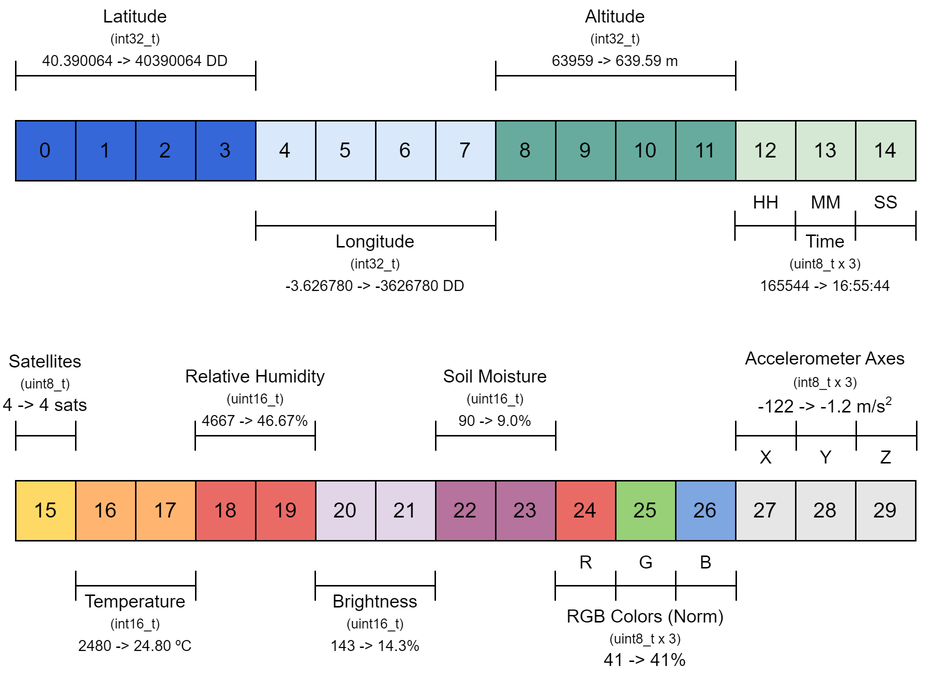
Above: report/images/lora_bytes.png in Estelamb/Sensor_Networks (draw.io), before the change. Source tidied: cells renumbered, new cells last; positions are measured from the earlier drawing's top-left corner, leaving out a move shared by most shapes.
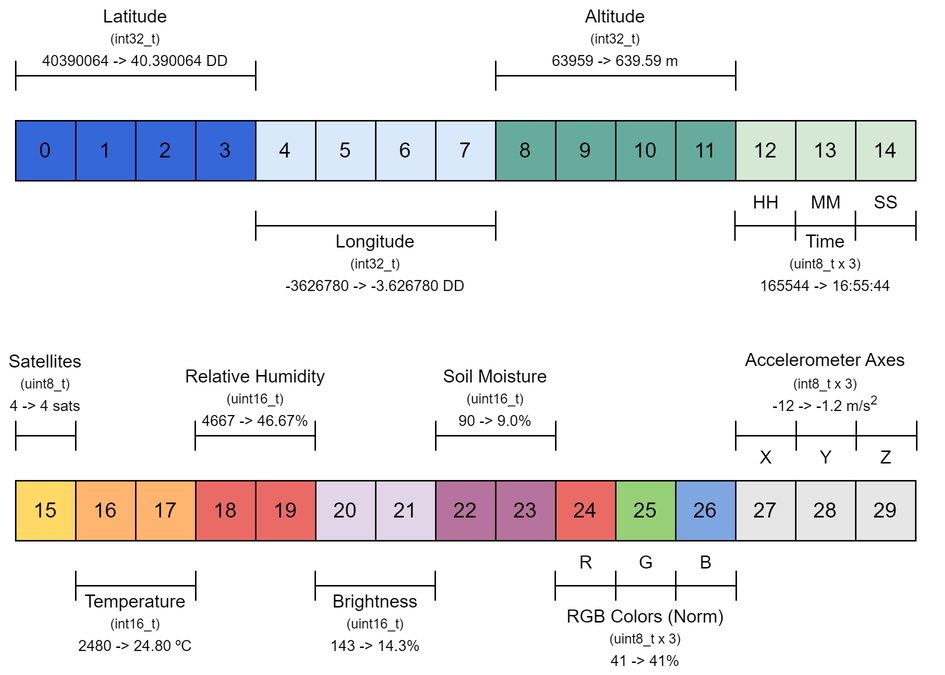
After the commit.

The edit, as a diff of the source:
```diff
@@ -110,7 +110,7 @@
         <mxPoint x="170" y="40" as="targetPoint" />
       </mxGeometry>
     </mxCell>
-    <mxCell id="35" value="Latitude&lt;div&gt;&lt;font style=&quot;font-size: 9px;&quot;&gt;(int32_t)&lt;/font&gt;&lt;/div&gt;&lt;div&gt;&lt;font style=&quot;&quot;&gt;&lt;font size=&quot;1&quot;&gt;40.390064 -&amp;gt;&amp;nbsp;&lt;/font&gt;&lt;/font&gt;&lt;span style=&quot;background-color: transparent;&quot;&gt;&lt;font size=&quot;1&quot;&gt;40390064 DD&lt;/font&gt;&lt;/span&gt;&lt;/div&gt;" style="text;html=1;align=center;verticalAlign=middle;whiteSpace=wrap;rounded=0;" parent="1" vertex="1">
+    <mxCell id="35" value="Latitude&lt;div&gt;&lt;font style=&quot;font-size: 9px;&quot;&gt;(int32_t)&lt;/font&gt;&lt;/div&gt;&lt;div&gt;&lt;font style=&quot;&quot;&gt;&lt;font size=&quot;1&quot;&gt;40390064 -&amp;gt;&amp;nbsp;&lt;/font&gt;&lt;/font&gt;&lt;span style=&quot;background-color: transparent;&quot;&gt;&lt;font size=&quot;1&quot;&gt;40.390064 DD&lt;/font&gt;&lt;/span&gt;&lt;/div&gt;" style="text;html=1;align=center;verticalAlign=middle;whiteSpace=wrap;rounded=0;" parent="1" vertex="1">
       <mxGeometry x="10" width="160" height="50" as="geometry" />
     </mxCell>
     <mxCell id="36" style="endArrow=none;html=1;rounded=0;" parent="1" edge="1">
@@ -323,7 +323,7 @@
         <mxPoint x="610.7" y="280" as="targetPoint" />
       </mxGeometry>
     </mxCell>
-    <mxCell id="71" value="&lt;div&gt;&lt;font style=&quot;&quot;&gt;Longitude&lt;/font&gt;&lt;/div&gt;&lt;div&gt;&lt;font style=&quot;font-size: 9px;&quot;&gt;(int32_t)&lt;/font&gt;&lt;/div&gt;&lt;div&gt;&lt;font style=&quot;&quot;&gt;&lt;span style=&quot;background-color: transparent;&quot;&gt;&lt;font size=&quot;1&quot;&gt;-3.626780&amp;nbsp;&lt;/font&gt;&lt;/span&gt;&lt;font size=&quot;1&quot;&gt;-&amp;gt;&amp;nbsp;&lt;/font&gt;&lt;/font&gt;&lt;span style=&quot;background-color: transparent;&quot;&gt;&lt;font size=&quot;1&quot;&gt;-3626780 DD&lt;/font&gt;&lt;/span&gt;&lt;/div&gt;" style="text;html=1;align=center;verticalAlign=middle;whiteSpace=wrap;rounded=0;" parent="1" vertex="1">
+    <mxCell id="71" value="&lt;div&gt;&lt;font style=&quot;&quot;&gt;Longitude&lt;/font&gt;&lt;/div&gt;&lt;div&gt;&lt;font style=&quot;font-size: 9px;&quot;&gt;(int32_t)&lt;/font&gt;&lt;/div&gt;&lt;div&gt;&lt;font style=&quot;&quot;&gt;&lt;span style=&quot;background-color: transparent;&quot;&gt;&lt;font size=&quot;1&quot;&gt;-3626780&amp;nbsp;&lt;/font&gt;&lt;/span&gt;&lt;font size=&quot;1&quot;&gt;-&amp;gt;&amp;nbsp;&lt;/font&gt;&lt;/font&gt;&lt;span style=&quot;background-color: transparent;&quot;&gt;&lt;font size=&quot;1&quot;&gt;-3.626780 DD&lt;/font&gt;&lt;/span&gt;&lt;/div&gt;" style="text;html=1;align=center;verticalAlign=middle;whiteSpace=wrap;rounded=0;" parent="1" vertex="1">
       <mxGeometry x="170" y="150" width="160" height="50" as="geometry" />
     </mxCell>
     <mxCell id="72" value="Altitude&lt;div&gt;&lt;font style=&quot;font-size: 9px;&quot;&gt;(int32_t)&lt;/font&gt;&lt;/div&gt;&lt;div&gt;&lt;font style=&quot;&quot;&gt;&lt;font size=&quot;1&quot;&gt;63959 -&amp;gt; 639.59&lt;/font&gt;&lt;/font&gt;&lt;span style=&quot;background-color: transparent;&quot;&gt;&lt;font size=&quot;1&quot;&gt;&amp;nbsp;m&lt;/font&gt;&lt;/span&gt;&lt;/div&gt;" style="text;html=1;align=center;verticalAlign=middle;whiteSpace=wrap;rounded=0;" parent="1" vertex="1">
@@ -332,7 +332,7 @@
     <mxCell id="73" value="&lt;div&gt;&lt;font style=&quot;&quot;&gt;Time&lt;/font&gt;&lt;/div&gt;&lt;div&gt;&lt;font style=&quot;font-size: 9px;&quot;&gt;(uint8_t x 3)&lt;/font&gt;&lt;/div&gt;&lt;div&gt;&lt;font style=&quot;&quot;&gt;&lt;span style=&quot;background-color: transparent;&quot;&gt;&lt;font size=&quot;1&quot;&gt;165544&amp;nbsp;&lt;/font&gt;&lt;/span&gt;&lt;font size=&quot;1&quot;&gt;-&amp;gt;&amp;nbsp;&lt;/font&gt;&lt;/font&gt;&lt;span style=&quot;background-color: transparent;&quot;&gt;&lt;font size=&quot;1&quot;&gt;16:55:44&lt;/font&gt;&lt;/span&gt;&lt;/div&gt;" style="text;html=1;align=center;verticalAlign=middle;whiteSpace=wrap;rounded=0;" parent="1" vertex="1">
       <mxGeometry x="490" y="150" width="120" height="50" as="geometry" />
     </mxCell>
-    <mxCell id="74" value="Satellites&lt;div&gt;&lt;span style=&quot;font-size: 9px; background-color: transparent; color: light-dark(rgb(0, 0, 0), rgb(255, 255, 255));&quot;&gt;(uint8_t)&lt;/span&gt;&lt;div&gt;4 -&amp;gt; 4 sats&lt;/div&gt;&lt;/div&gt;" style="text;html=1;align=center;verticalAlign=middle;whiteSpace=wrap;rounded=0;" parent="1" vertex="1">
+    <mxCell id="74" value="Satellites&lt;div&gt;&lt;span style=&quot;font-size: 9px; background-color: transparent; color: light-dark(rgb(0, 0, 0), rgb(255, 255, 255));&quot;&gt;(uint8_t)&lt;/span&gt;&lt;div&gt;&lt;font style=&quot;font-size: 10px;&quot;&gt;4 -&amp;gt; 4 sats&lt;/font&gt;&lt;/div&gt;&lt;/div&gt;" style="text;html=1;align=center;verticalAlign=middle;whiteSpace=wrap;rounded=0;" parent="1" vertex="1">
       <mxGeometry y="230" width="60" height="50" as="geometry" />
     </mxCell>
     <mxCell id="75" value="&lt;div&gt;&lt;font style=&quot;&quot;&gt;Temperature&lt;/font&gt;&lt;/div&gt;&lt;div&gt;&lt;font style=&quot;font-size: 9px;&quot;&gt;(int16_t)&lt;/font&gt;&lt;/div&gt;&lt;div&gt;&lt;font style=&quot;&quot;&gt;&lt;span style=&quot;background-color: transparent;&quot;&gt;&lt;font size=&quot;1&quot;&gt;2480&amp;nbsp;&lt;/font&gt;&lt;/span&gt;&lt;font size=&quot;1&quot;&gt;-&amp;gt;&amp;nbsp;&lt;/font&gt;&lt;/font&gt;&lt;span style=&quot;background-color: transparent;&quot;&gt;&lt;font size=&quot;1&quot;&gt;24.80 ºC&lt;/font&gt;&lt;/span&gt;&lt;/div&gt;" style="text;html=1;align=center;verticalAlign=middle;whiteSpace=wrap;rounded=0;" parent="1" vertex="1">
@@ -347,10 +347,10 @@
     <mxCell id="78" value="Soil Moisture&lt;div&gt;&lt;font style=&quot;font-size: 9px;&quot;&gt;(uint16_t)&lt;/font&gt;&lt;/div&gt;&lt;div&gt;&lt;font style=&quot;&quot;&gt;&lt;span style=&quot;background-color: transparent;&quot;&gt;&lt;font size=&quot;1&quot;&gt;90&amp;nbsp;&lt;/font&gt;&lt;/span&gt;&lt;font size=&quot;1&quot;&gt;-&amp;gt;&amp;nbsp;&lt;/font&gt;&lt;/font&gt;&lt;span style=&quot;background-color: transparent;&quot;&gt;&lt;font size=&quot;1&quot;&gt;9.0%&lt;/font&gt;&lt;/span&gt;&lt;/div&gt;" style="text;html=1;align=center;verticalAlign=middle;whiteSpace=wrap;rounded=0;" parent="1" vertex="1">
       <mxGeometry x="290" y="240" width="80" height="50" as="geometry" />
     </mxCell>
-    <mxCell id="79" value="&lt;div&gt;&lt;font style=&quot;&quot;&gt;RGB Colors (Norm)&lt;/font&gt;&lt;/div&gt;&lt;div&gt;&lt;font style=&quot;font-size: 9px;&quot;&gt;(uint8_t x 3)&lt;/font&gt;&lt;/div&gt;&lt;div&gt;41 -&amp;gt; 41%&lt;/div&gt;" style="text;html=1;align=center;verticalAlign=middle;whiteSpace=wrap;rounded=0;" parent="1" vertex="1">
+    <mxCell id="79" value="&lt;div&gt;&lt;font style=&quot;&quot;&gt;RGB Colors (Norm)&lt;/font&gt;&lt;/div&gt;&lt;div&gt;&lt;font style=&quot;font-size: 9px;&quot;&gt;(uint8_t x 3)&lt;/font&gt;&lt;/div&gt;&lt;div&gt;&lt;font style=&quot;font-size: 10px;&quot;&gt;41 -&amp;gt; 41%&lt;/font&gt;&lt;/div&gt;" style="text;html=1;align=center;verticalAlign=middle;whiteSpace=wrap;rounded=0;" parent="1" vertex="1">
       <mxGeometry x="370" y="400" width="120" height="50" as="geometry" />
     </mxCell>
-    <mxCell id="80" value="&lt;div&gt;&lt;span style=&quot;background-color: transparent; color: light-dark(rgb(0, 0, 0), rgb(255, 255, 255));&quot;&gt;Accelerometer Axes&lt;/span&gt;&lt;/div&gt;&lt;div&gt;&lt;span style=&quot;font-size: 9px; background-color: transparent; color: light-dark(rgb(0, 0, 0), rgb(255, 255, 255));&quot;&gt;(int8_t x 3)&lt;/span&gt;&lt;/div&gt;&lt;div&gt;-122 -&amp;gt; -1.2 m/s&lt;sup&gt;&lt;font style=&quot;font-size: 8px;&quot;&gt;2&lt;/font&gt;&lt;/sup&gt;&lt;/div&gt;" style="text;html=1;align=center;verticalAlign=middle;whiteSpace=wrap;rounded=0;" parent="1" vertex="1">
+    <mxCell id="80" value="&lt;div&gt;&lt;span style=&quot;background-color: transparent; color: light-dark(rgb(0, 0, 0), rgb(255, 255, 255));&quot;&gt;Accelerometer Axes&lt;/span&gt;&lt;/div&gt;&lt;div&gt;&lt;span style=&quot;font-size: 9px; background-color: transparent; color: light-dark(rgb(0, 0, 0), rgb(255, 255, 255));&quot;&gt;(int8_t x 3)&lt;/span&gt;&lt;/div&gt;&lt;div&gt;&lt;font style=&quot;font-size: 10px;&quot;&gt;-12 -&amp;gt; -1.2 m/s&lt;sup style=&quot;&quot;&gt;&lt;font style=&quot;&quot;&gt;2&lt;/font&gt;&lt;/sup&gt;&lt;/font&gt;&lt;/div&gt;" style="text;html=1;align=center;verticalAlign=middle;whiteSpace=wrap;rounded=0;" parent="1" vertex="1">
       <mxGeometry x="470" y="230" width="160" height="50" as="geometry" />
     </mxCell>
     <mxCell id="81" value="X" style="text;html=1;align=center;verticalAlign=middle;strokeColor=none;fillColor=none;" parent="1" vertex="1">
```
